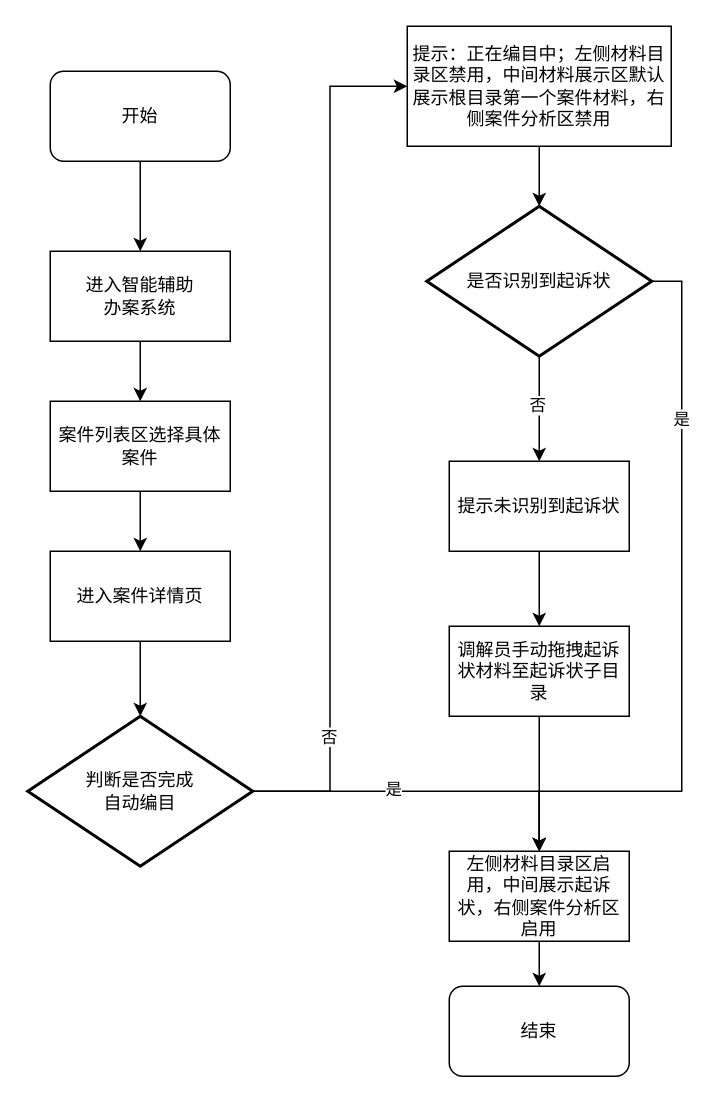
The draw.io diagram 案件管理模块流程图.drawio in Lainy0605/graduate, before the edit. Source tidied: cells renumbered, new cells numbered last; positions are measured from the earlier drawing's top-left corner, leaving out a move shared by most shapes. Both pictures are drawn from the tidied source at 150%, with x=0, y=0 at pixel (27, 26).
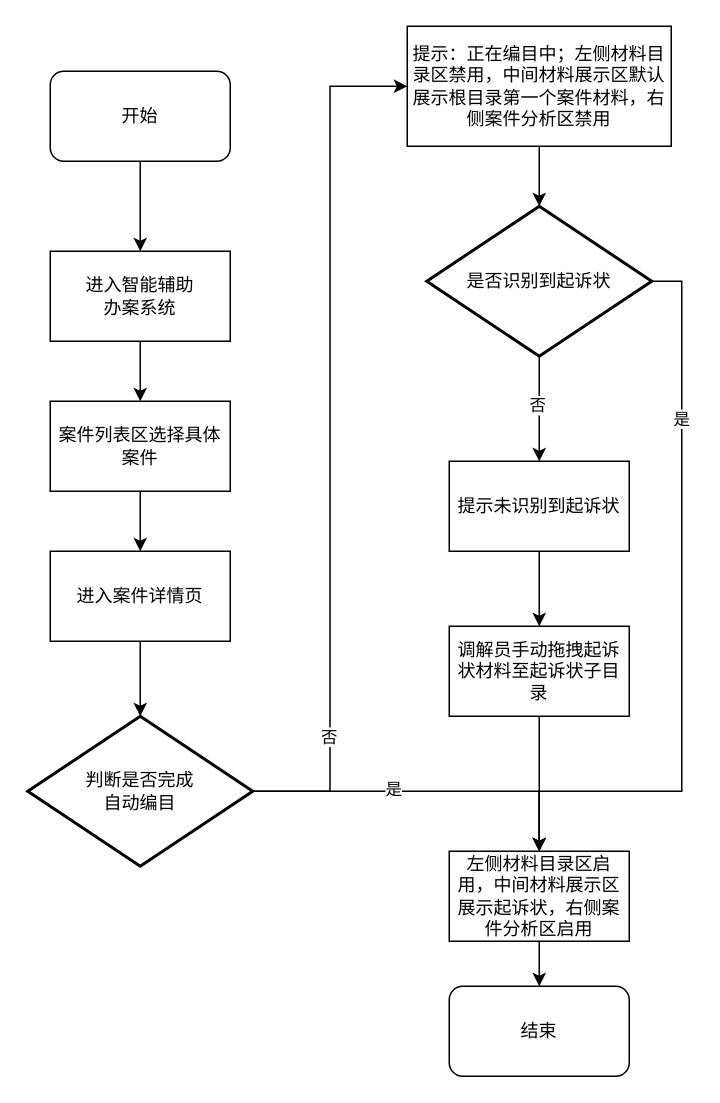
The same page after the edit.

Commit message (it also covers changes not shown here):
更新案件管理模块流程图.drawio

Change to the diagram source:
```diff
@@
-    <mxCell id="23" value="左侧材料目录区启用，中间展示起诉状，右侧案件分析区启用" style="rounded=0;whiteSpace=wrap;html=1;" parent="1" vertex="1">
+    <mxCell id="23" value="左侧材料目录区启用，中间材料展示区展示起诉状，右侧案件分析区启用" style="rounded=0;whiteSpace=wrap;html=1;" parent="1" vertex="1">
       <mxGeometry x="281" y="550" width="120" height="60" as="geometry" />
     </mxCell>
```
